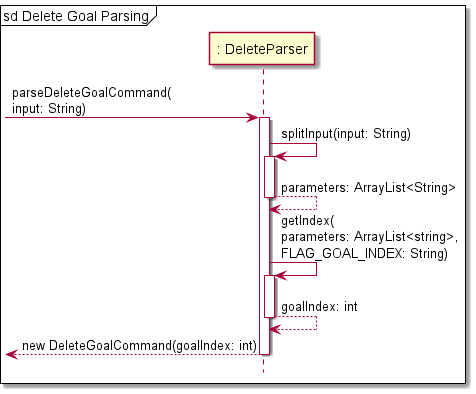
Above: docs/Diagram_Images/Implementation_Diagram_Images/DeleteGoalCommandParserSequenceDiagram.png in nus-cs2113-AY2122S1/tp (PlantUML), before the change.
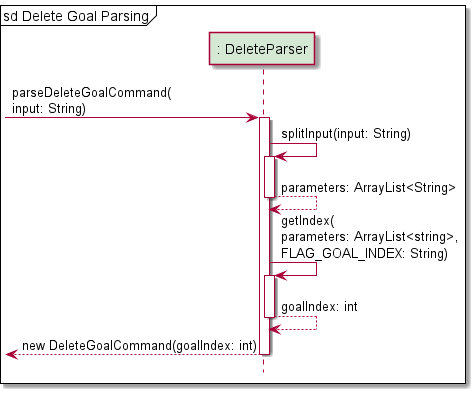
Above is the later version.

Commit message:
Colour for Delete Parser

The edit, as a diff of the source:
```diff
@@ -2,16 +2,18 @@
 
 !include Style.puml
 
+participant ": DeleteParser" as DeleteParser PARSER_COLOUR
+
 mainframe sd Delete Goal Parsing
 
--> ": DeleteParser": parseDeleteGoalCommand(\ninput: String)
-activate ": DeleteParser"
-": DeleteParser"-> ": DeleteParser": splitInput(input: String)
-activate ": DeleteParser"
+-> DeleteParser: parseDeleteGoalCommand(\ninput: String)
+activate DeleteParser
+DeleteParser-> DeleteParser: splitInput(input: String)
+activate DeleteParser
 return parameters: ArrayList<String>
 
-": DeleteParser"-> ": DeleteParser": getIndex(\nparameters: ArrayList<string>,\nFLAG_GOAL_INDEX: String)
-activate ": DeleteParser"
+DeleteParser-> DeleteParser: getIndex(\nparameters: ArrayList<string>,\nFLAG_GOAL_INDEX: String)
+activate DeleteParser
 return goalIndex: int
 
 return new DeleteGoalCommand(goalIndex: int)
```
